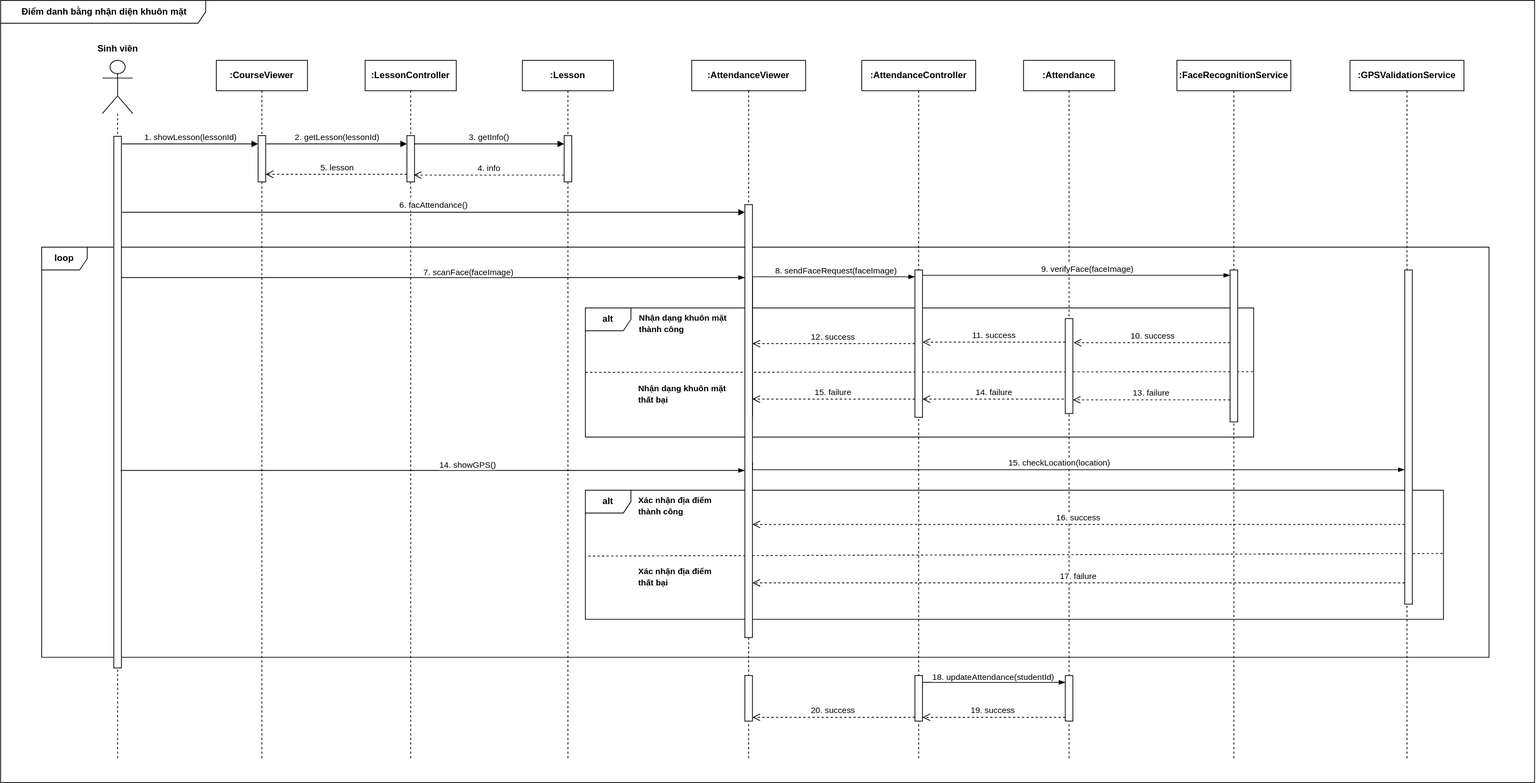
Before: DiemDanh_2/DiemDanhKhuonMat.drawio.svg, a diagram exported from draw.io (minh071289/AI_system). Source tidied: cells renumbered, new cells last; positions are measured from the earlier drawing's top-left corner, leaving out a move shared by most shapes.
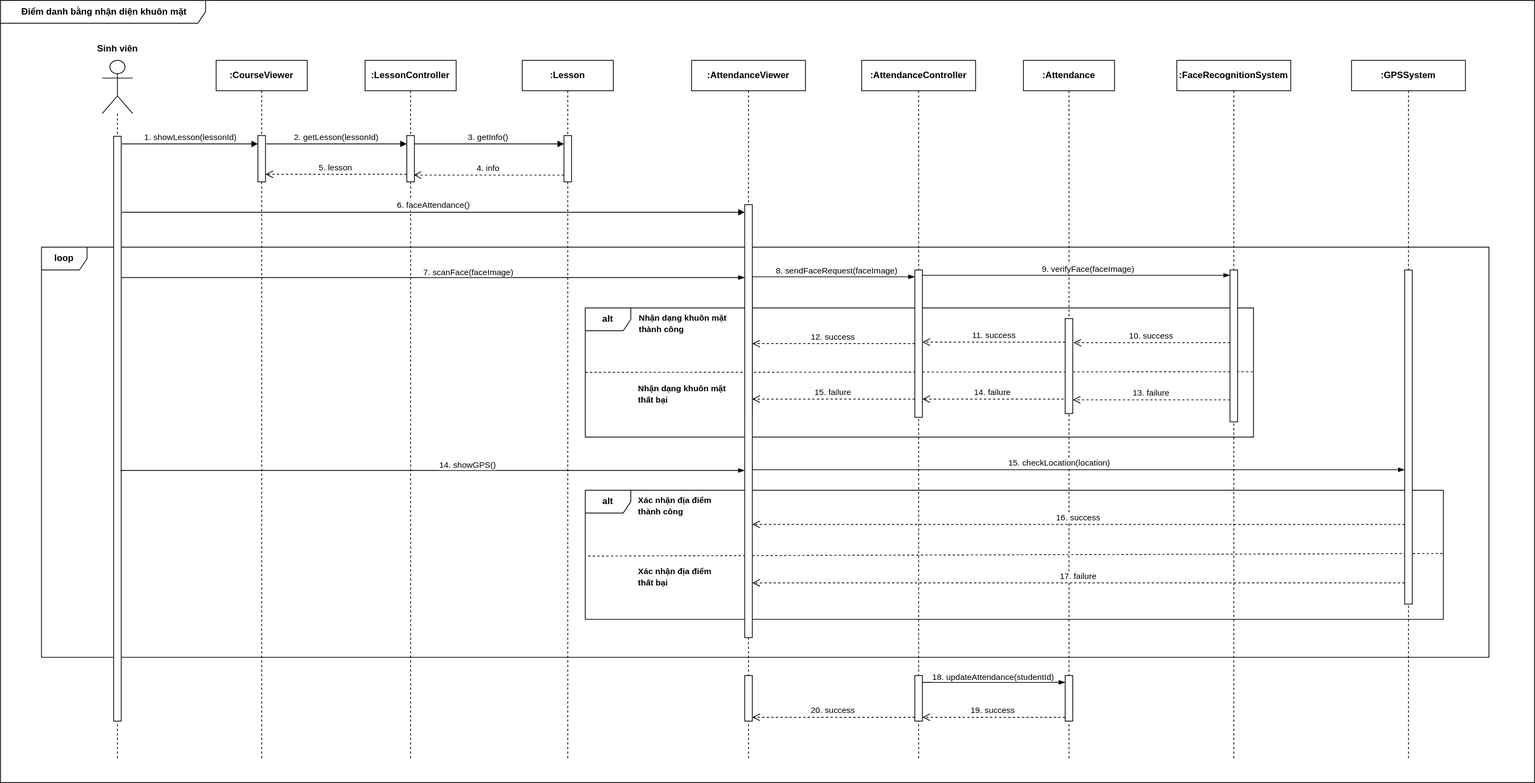
After the change.

Diff of the diagram source:
```diff
@@ -26,11 +26,11 @@
     <mxCell id="9" style="html=1;points=[[0,0,0,0,5],[0,1,0,0,-5],[1,0,0,0,5],[1,1,0,0,-5]];perimeter=orthogonalPerimeter;outlineConnect=0;targetShapes=umlLifeline;portConstraint=eastwest;newEdgeStyle={&quot;curved&quot;:0,&quot;rounded&quot;:0};" parent="8" vertex="1">
       <mxGeometry x="55" y="99" width="10" height="61" as="geometry" />
     </mxCell>
-    <mxCell id="10" value="&lt;b&gt;:FaceRecognitionService&lt;/b&gt;" style="shape=umlLifeline;perimeter=lifelinePerimeter;whiteSpace=wrap;html=1;newEdgeStyle={&quot;curved&quot;:0,&quot;rounded&quot;:0};size=40;" parent="1" vertex="1">
+    <mxCell id="10" value="&lt;b&gt;:FaceRecognitionSystem&lt;/b&gt;" style="shape=umlLifeline;perimeter=lifelinePerimeter;whiteSpace=wrap;html=1;newEdgeStyle={&quot;curved&quot;:0,&quot;rounded&quot;:0};size=40;" parent="1" vertex="1">
       <mxGeometry x="1549" y="79" width="150" height="920" as="geometry" />
     </mxCell>
-    <mxCell id="11" value="&lt;b&gt;:GPSValidationService&lt;/b&gt;" style="shape=umlLifeline;perimeter=lifelinePerimeter;whiteSpace=wrap;html=1;newEdgeStyle={&quot;curved&quot;:0,&quot;rounded&quot;:0};size=40;" parent="1" vertex="1">
-      <mxGeometry x="1777" y="79" width="150" height="920" as="geometry" />
+    <mxCell id="11" value="&lt;b&gt;:GPSSystem&lt;/b&gt;" style="shape=umlLifeline;perimeter=lifelinePerimeter;whiteSpace=wrap;html=1;newEdgeStyle={&quot;curved&quot;:0,&quot;rounded&quot;:0};size=40;" parent="1" vertex="1">
+      <mxGeometry x="1779" y="79" width="150" height="920" as="geometry" />
     </mxCell>
     <mxCell id="12" value="&lt;b&gt;Sinh viên&lt;/b&gt;" style="text;html=1;align=center;verticalAlign=middle;strokeColor=none;fillColor=none;" parent="1" vertex="1">
       <mxGeometry x="114" y="49" width="80" height="30" as="geometry" />
@@ -122,7 +122,7 @@
       <mxGeometry x="134" y="79" width="40" height="920" as="geometry" />
     </mxCell>
     <mxCell id="28" style="html=1;perimeter=orthogonalPerimeter;targetShapes=umlLifeline;newEdgeStyle={&quot;curved&quot;:0,&quot;rounded&quot;:0};fillStyle=solid;" parent="27" vertex="1">
-      <mxGeometry x="15" y="100" width="10" height="700" as="geometry" />
+      <mxGeometry x="15" y="100" width="10" height="770" as="geometry" />
     </mxCell>
     <mxCell id="29" value="&lt;b&gt;alt&lt;/b&gt;" style="shape=umlFrame;whiteSpace=wrap;html=1;" parent="1" vertex="1">
       <mxGeometry x="770" y="405" width="880" height="170" as="geometry" />
@@ -246,7 +246,7 @@
         <mxPoint x="349" y="229" as="targetPoint" />
       </mxGeometry>
     </mxCell>
-    <mxCell id="58" value="6. facAttendance()" style="html=1;verticalAlign=bottom;endArrow=block;curved=0;rounded=0;" parent="1" edge="1">
+    <mxCell id="58" value="6. faceAttendance()" style="html=1;verticalAlign=bottom;endArrow=block;curved=0;rounded=0;" parent="1" edge="1">
       <mxGeometry relative="1" as="geometry">
         <mxPoint x="160" y="279" as="sourcePoint" />
         <mxPoint x="980" y="279" as="targetPoint" />
```
